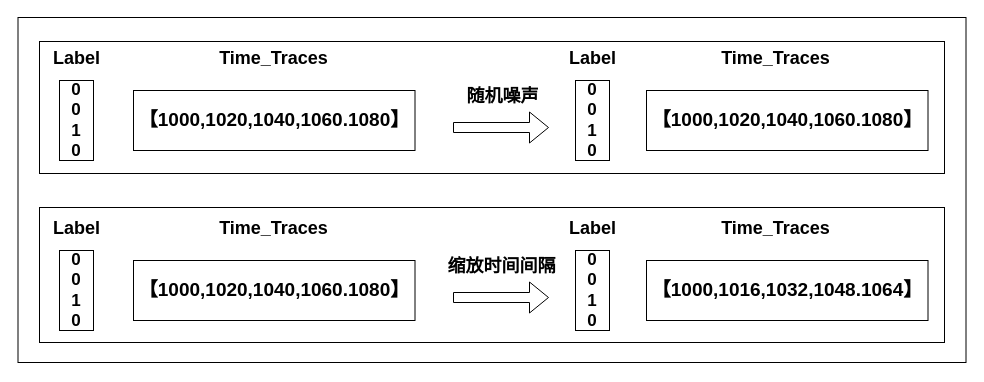
The draw.io diagram 时间数据增强.drawio in lilang0710/ll, before the edit. Source tidied: cells renumbered, new cells numbered last; positions are measured from the earlier drawing's top-left corner, leaving out a move shared by most shapes. Both pictures are drawn from the tidied source at 100%, with x=0, y=0 at pixel (17, 17).
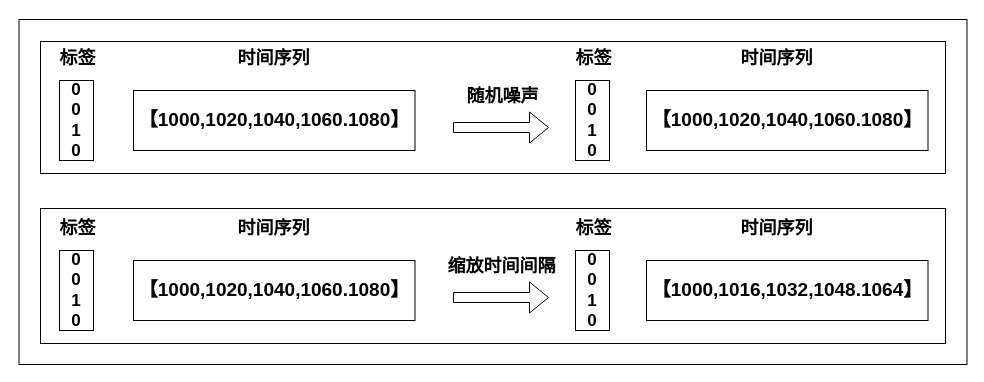
The same page after the edit.

Commit message:
更新时间数据增强.drawio

Change to the diagram source:
```diff
@@
-    <mxCell id="4" value="&lt;font size=&quot;1&quot;&gt;&lt;b&gt;&lt;font style=&quot;font-size: 18px;&quot;&gt;Label&lt;/font&gt;&lt;/b&gt;&lt;/font&gt;" style="text;html=1;align=center;verticalAlign=middle;strokeColor=none;fillColor=none;" parent="1" vertex="1">
-      <mxGeometry x="26.5" y="194" width="65" height="34" as="geometry" />
+    <mxCell id="4" value="&lt;font size=&quot;1&quot;&gt;&lt;b&gt;&lt;font style=&quot;font-size: 18px;&quot;&gt;标签&lt;/font&gt;&lt;/b&gt;&lt;/font&gt;" style="text;html=1;align=center;verticalAlign=middle;strokeColor=none;fillColor=none;" parent="1" vertex="1">
+      <mxGeometry x="32.5" y="194" width="54" height="34" as="geometry" />
     </mxCell>
@@
-    <mxCell id="6" value="&lt;font size=&quot;1&quot;&gt;&lt;b&gt;&lt;font style=&quot;font-size: 18px;&quot;&gt;Label&lt;/font&gt;&lt;/b&gt;&lt;/font&gt;" style="text;html=1;align=center;verticalAlign=middle;strokeColor=none;fillColor=none;" parent="1" vertex="1">
-      <mxGeometry x="542.5" y="194" width="65" height="34" as="geometry" />
+    <mxCell id="6" value="&lt;font size=&quot;1&quot;&gt;&lt;b&gt;&lt;font style=&quot;font-size: 18px;&quot;&gt;标签&lt;/font&gt;&lt;/b&gt;&lt;/font&gt;" style="text;html=1;align=center;verticalAlign=middle;strokeColor=none;fillColor=none;" parent="1" vertex="1">
+      <mxGeometry x="548.5" y="194" width="54" height="34" as="geometry" />
     </mxCell>
@@
-    <mxCell id="10" value="&lt;font size=&quot;1&quot;&gt;&lt;b&gt;&lt;font style=&quot;font-size: 18px;&quot;&gt;Time_Traces&lt;/font&gt;&lt;/b&gt;&lt;/font&gt;" style="text;html=1;align=center;verticalAlign=middle;strokeColor=none;fillColor=none;" parent="1" vertex="1">
-      <mxGeometry x="192" y="24" width="127" height="34" as="geometry" />
+    <mxCell id="10" value="&lt;font size=&quot;1&quot;&gt;&lt;b&gt;&lt;font style=&quot;font-size: 18px;&quot;&gt;时间序列&lt;/font&gt;&lt;/b&gt;&lt;/font&gt;" style="text;html=1;align=center;verticalAlign=middle;strokeColor=none;fillColor=none;" parent="1" vertex="1">
+      <mxGeometry x="211" y="24" width="90" height="34" as="geometry" />
     </mxCell>
-    <mxCell id="11" value="&lt;font size=&quot;1&quot;&gt;&lt;b&gt;&lt;font style=&quot;font-size: 18px;&quot;&gt;Label&lt;/font&gt;&lt;/b&gt;&lt;/font&gt;" style="text;html=1;align=center;verticalAlign=middle;strokeColor=none;fillColor=none;" parent="1" vertex="1">
-      <mxGeometry x="26.5" y="24" width="65" height="34" as="geometry" />
+    <mxCell id="11" value="&lt;font size=&quot;1&quot;&gt;&lt;b&gt;&lt;font style=&quot;font-size: 18px;&quot;&gt;标签&lt;/font&gt;&lt;/b&gt;&lt;/font&gt;" style="text;html=1;align=center;verticalAlign=middle;strokeColor=none;fillColor=none;" parent="1" vertex="1">
+      <mxGeometry x="32.5" y="24" width="54" height="34" as="geometry" />
     </mxCell>
@@
-    <mxCell id="13" value="&lt;font size=&quot;1&quot;&gt;&lt;b&gt;&lt;font style=&quot;font-size: 18px;&quot;&gt;Time_Traces&lt;/font&gt;&lt;/b&gt;&lt;/font&gt;" style="text;html=1;align=center;verticalAlign=middle;strokeColor=none;fillColor=none;" parent="1" vertex="1">
-      <mxGeometry x="694.5" y="24" width="127" height="34" as="geometry" />
+    <mxCell id="13" value="&lt;font size=&quot;1&quot;&gt;&lt;b&gt;&lt;font style=&quot;font-size: 18px;&quot;&gt;时间序列&lt;/font&gt;&lt;/b&gt;&lt;/font&gt;" style="text;html=1;align=center;verticalAlign=middle;strokeColor=none;fillColor=none;" parent="1" vertex="1">
+      <mxGeometry x="713.5" y="24" width="90" height="34" as="geometry" />
     </mxCell>
-    <mxCell id="14" value="&lt;font size=&quot;1&quot;&gt;&lt;b&gt;&lt;font style=&quot;font-size: 18px;&quot;&gt;Label&lt;/font&gt;&lt;/b&gt;&lt;/font&gt;" style="text;html=1;align=center;verticalAlign=middle;strokeColor=none;fillColor=none;" parent="1" vertex="1">
-      <mxGeometry x="542.5" y="24" width="65" height="34" as="geometry" />
+    <mxCell id="14" value="&lt;font size=&quot;1&quot;&gt;&lt;b&gt;&lt;font style=&quot;font-size: 18px;&quot;&gt;标签&lt;/font&gt;&lt;/b&gt;&lt;/font&gt;" style="text;html=1;align=center;verticalAlign=middle;strokeColor=none;fillColor=none;" parent="1" vertex="1">
+      <mxGeometry x="548.5" y="24" width="54" height="34" as="geometry" />
     </mxCell>
@@
     <mxCell id="16" style="rounded=0;whiteSpace=wrap;html=1;fillColor=none;" parent="1" vertex="1">
-      <mxGeometry x="22" y="190" width="905" height="135" as="geometry" />
+      <mxGeometry x="23" y="191" width="905" height="135" as="geometry" />
     </mxCell>
     <mxCell id="17" style="rounded=0;whiteSpace=wrap;html=1;fillColor=none;" parent="1" vertex="1">
-      <mxGeometry x="0.5" width="948" height="345" as="geometry" />
+      <mxGeometry x="1.5" y="2" width="948" height="345" as="geometry" />
     </mxCell>
     <mxCell id="18" style="rounded=0;whiteSpace=wrap;html=1;fillColor=none;" parent="1" vertex="1">
-      <mxGeometry x="22" y="24" width="905" height="132" as="geometry" />
+      <mxGeometry x="23" y="24" width="905" height="132" as="geometry" />
     </mxCell>
@@
-    <mxCell id="21" value="&lt;font size=&quot;1&quot;&gt;&lt;b&gt;&lt;font style=&quot;font-size: 18px;&quot;&gt;Time_Traces&lt;/font&gt;&lt;/b&gt;&lt;/font&gt;" style="text;html=1;align=center;verticalAlign=middle;strokeColor=none;fillColor=none;" parent="1" vertex="1">
-      <mxGeometry x="192" y="194" width="127" height="34" as="geometry" />
+    <mxCell id="21" value="&lt;font size=&quot;1&quot;&gt;&lt;b&gt;&lt;font style=&quot;font-size: 18px;&quot;&gt;时间序列&lt;/font&gt;&lt;/b&gt;&lt;/font&gt;" style="text;html=1;align=center;verticalAlign=middle;strokeColor=none;fillColor=none;" parent="1" vertex="1">
+      <mxGeometry x="211" y="194" width="90" height="34" as="geometry" />
     </mxCell>
@@
-    <mxCell id="23" value="&lt;font size=&quot;1&quot;&gt;&lt;b&gt;&lt;font style=&quot;font-size: 18px;&quot;&gt;Time_Traces&lt;/font&gt;&lt;/b&gt;&lt;/font&gt;" style="text;html=1;align=center;verticalAlign=middle;strokeColor=none;fillColor=none;" parent="1" vertex="1">
-      <mxGeometry x="694.5" y="194" width="127" height="34" as="geometry" />
+    <mxCell id="23" value="&lt;font size=&quot;1&quot;&gt;&lt;b&gt;&lt;font style=&quot;font-size: 18px;&quot;&gt;时间序列&lt;/font&gt;&lt;/b&gt;&lt;/font&gt;" style="text;html=1;align=center;verticalAlign=middle;strokeColor=none;fillColor=none;" parent="1" vertex="1">
+      <mxGeometry x="713.5" y="194" width="90" height="34" as="geometry" />
     </mxCell>
```
